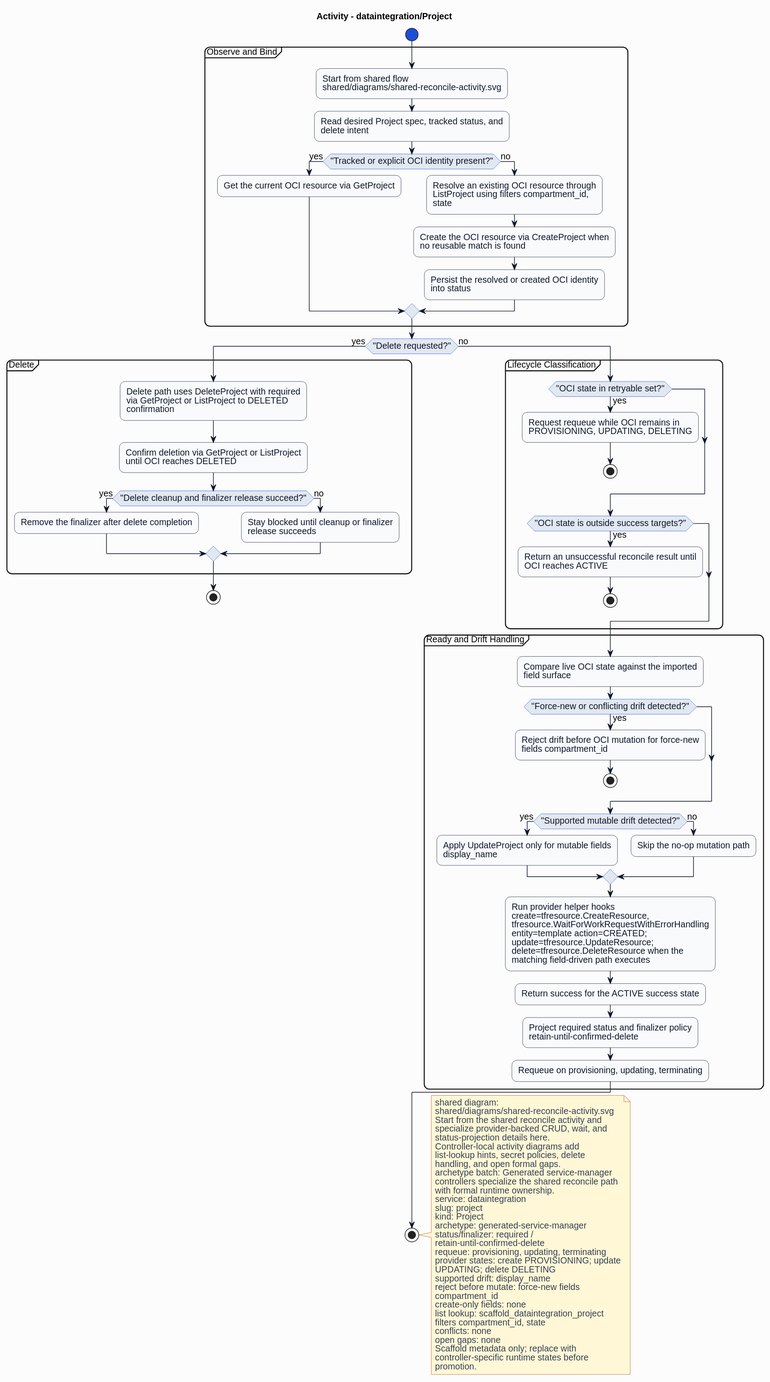
Above: formal/controllers/dataintegration/project/diagrams/activity.svg in HaoyL666/oci-service-operator (PlantUML), before the change.
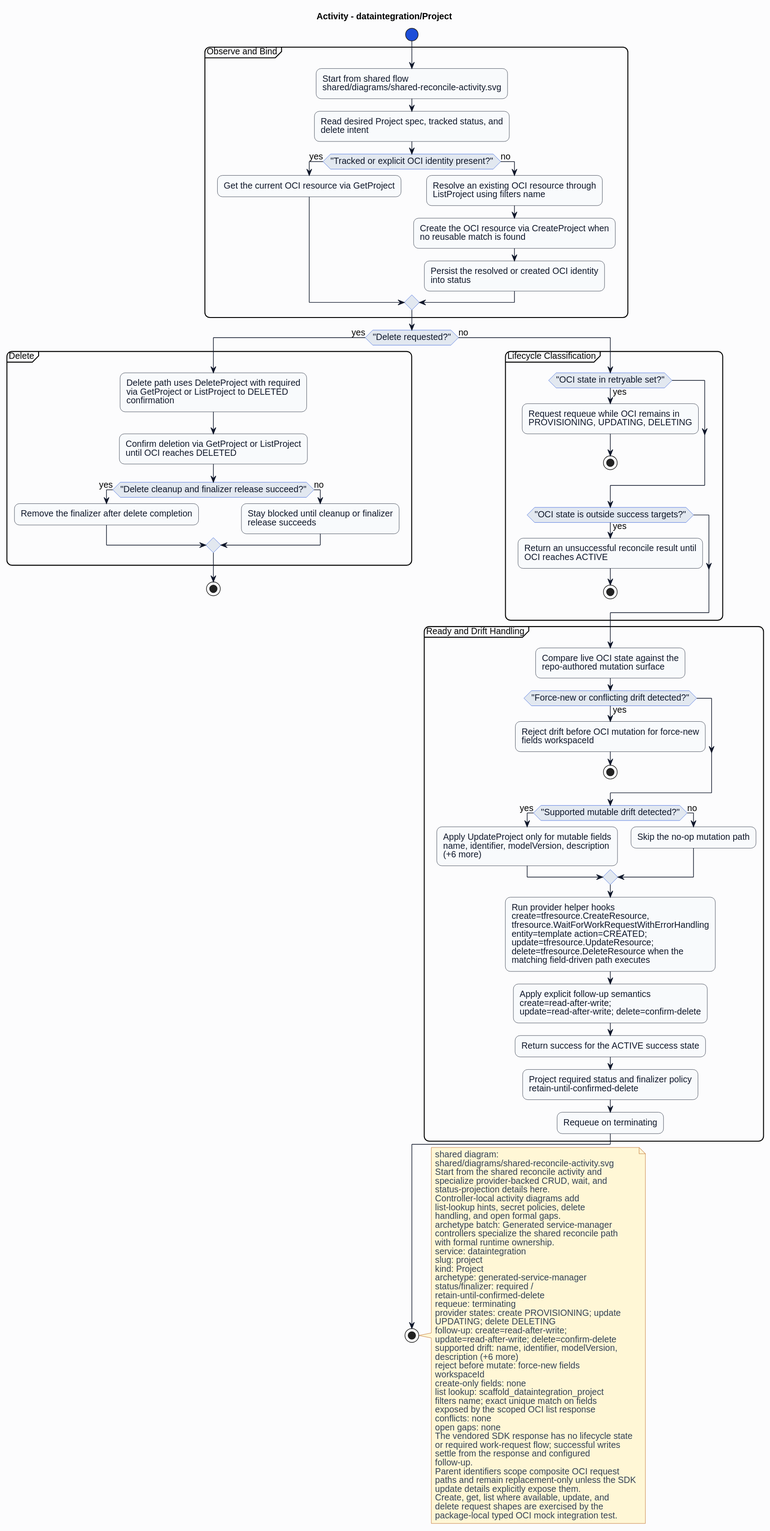
Above is the later version.

Diff of the diagram source:
```diff
@@ -27,7 +27,7 @@
 if ("Tracked or explicit OCI identity present?") then (yes)
 :Get the current OCI resource via GetProject;
 else (no)
-:Resolve an existing OCI resource through\nListProject using filters compartment_id,\nstate;
+:Resolve an existing OCI resource through\nListProject using filters name;
 :Create the OCI resource via CreateProject when\nno reusable match is found;
 :Persist the resolved or created OCI identity\ninto status;
 endif
@@ -55,20 +55,21 @@
 endif
 }
 partition "Ready and Drift Handling" {
-:Compare live OCI state against the imported\nfield surface;
+:Compare live OCI state against the\nrepo-authored mutation surface;
 if ("Force-new or conflicting drift detected?") then (yes)
-:Reject drift before OCI mutation for force-new\nfields compartment_id;
+:Reject drift before OCI mutation for force-new\nfields workspaceId;
 stop
 endif
 if ("Supported mutable drift detected?") then (yes)
-:Apply UpdateProject only for mutable fields\ndisplay_name;
+:Apply UpdateProject only for mutable fields\nname, identifier, modelVersion, description\n(+6 more);
 else (no)
 :Skip the no-op mutation path;
 endif
 :Run provider helper hooks\ncreate=tfresource.CreateResource,\ntfresource.WaitForWorkRequestWithErrorHandling\nentity=template action=CREATED;\nupdate=tfresource.UpdateResource;\ndelete=tfresource.DeleteResource when the\nmatching field-driven path executes;
+:Apply explicit follow-up semantics\ncreate=read-after-write;\nupdate=read-after-write; delete=confirm-delete;
 :Return success for the ACTIVE success state;
 :Project required status and finalizer policy\nretain-until-confirmed-delete;
-:Requeue on provisioning, updating, terminating;
+:Requeue on terminating;
 }
 endif
 stop
@@ -90,19 +91,30 @@
 archetype: generated-service-manager
 status/finalizer: required /
 retain-until-confirmed-delete
-requeue: provisioning, updating, terminating
+requeue: terminating
 provider states: create PROVISIONING; update
 UPDATING; delete DELETING
-supported drift: display_name
+follow-up: create=read-after-write;
+update=read-after-write; delete=confirm-delete
+supported drift: name, identifier, modelVersion,
+description (+6 more)
 reject before mutate: force-new fields
-compartment_id
+workspaceId
 create-only fields: none
 list lookup: scaffold_dataintegration_project
-filters compartment_id, state
+filters name; exact unique match on fields
+exposed by the scoped OCI list response
 conflicts: none
 open gaps: none
-Scaffold metadata only; replace with
-controller-specific runtime states before
-promotion.
+The vendored SDK response has no lifecycle state
+or required work-request flow; successful writes
+settle from the response and configured
+follow-up.
+Parent identifiers scope composite OCI request
+paths and remain replacement-only unless the SDK
+update details explicitly expose them.
+Create, get, list where available, update, and
+delete request shapes are exercised by the
+package-local typed OCI mock integration test.
 end note
 @enduml
```
